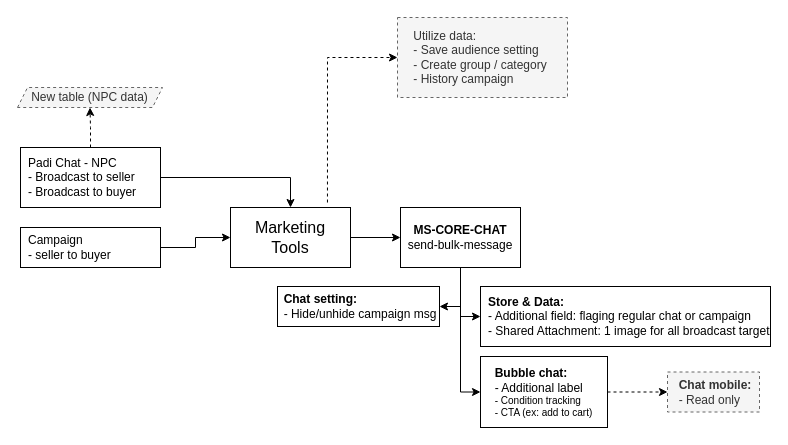
Before: page "Chat for Campign" (7 of 7) of System Design Padi Chat.drawio in yogiprsetya/app.diagrams.net, a draw.io diagram. Source tidied: cells renumbered, new cells numbered last; positions are measured from the earlier drawing's top-left corner, leaving out a move shared by most shapes. Both pictures are drawn from the tidied source at 100%, with x=0, y=0 at pixel (17, 17).
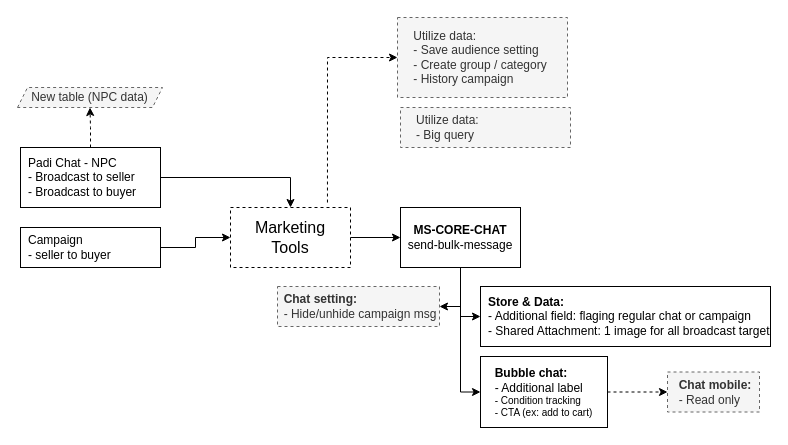
After the change.

What changed in the source:
```diff
@@
-    <mxCell id="8" style="group;" parent="1" vertex="1">
+    <mxCell id="8" style="group;dashed=1;" parent="1" vertex="1">
       <mxGeometry x="213" y="190" width="120" height="60" as="geometry" />
     </mxCell>
-    <mxCell id="9" value="&lt;div&gt;&lt;font style=&quot;font-size: 16px;&quot;&gt;Marketing&lt;/font&gt;&lt;/div&gt;&lt;div&gt;&lt;font style=&quot;font-size: 16px;&quot;&gt;Tools&lt;/font&gt;&lt;/div&gt;" style="rounded=0;whiteSpace=wrap;html=1;" parent="8" vertex="1">
+    <mxCell id="9" value="&lt;div&gt;&lt;font style=&quot;font-size: 16px;&quot;&gt;Marketing&lt;/font&gt;&lt;/div&gt;&lt;div&gt;&lt;font style=&quot;font-size: 16px;&quot;&gt;Tools&lt;/font&gt;&lt;/div&gt;" style="rounded=0;whiteSpace=wrap;html=1;dashed=1;" parent="8" vertex="1">
       <mxGeometry width="120" height="60" as="geometry" />
     </mxCell>
@@
-    <mxCell id="19" value="&lt;div align=&quot;left&quot;&gt;&lt;b&gt;Chat setting:&lt;/b&gt;&lt;/div&gt;&lt;div align=&quot;left&quot;&gt;- Hide/unhide campaign msg&lt;br&gt;&lt;/div&gt;" style="rounded=0;whiteSpace=wrap;html=1;spacingLeft=4;" parent="1" vertex="1">
+    <mxCell id="19" value="&lt;div align=&quot;left&quot;&gt;&lt;b&gt;Chat setting:&lt;/b&gt;&lt;/div&gt;&lt;div align=&quot;left&quot;&gt;- Hide/unhide campaign msg&lt;br&gt;&lt;/div&gt;" style="rounded=0;whiteSpace=wrap;html=1;spacingLeft=4;dashed=1;fillColor=#f5f5f5;fontColor=#333333;strokeColor=#666666;" parent="1" vertex="1">
       <mxGeometry x="260" y="269" width="162" height="40" as="geometry" />
     </mxCell>
@@
+    <mxCell id="23" value="&lt;div&gt;Utilize data:&lt;/div&gt;&lt;div&gt;- Big query&lt;br&gt;&lt;/div&gt;" style="rounded=0;whiteSpace=wrap;html=1;dashed=1;fillColor=#f5f5f5;fontColor=#333333;strokeColor=#666666;align=left;spacingLeft=14;" parent="1" vertex="1">
+      <mxGeometry x="383" y="90" width="170" height="40" as="geometry" />
+    </mxCell>
```
